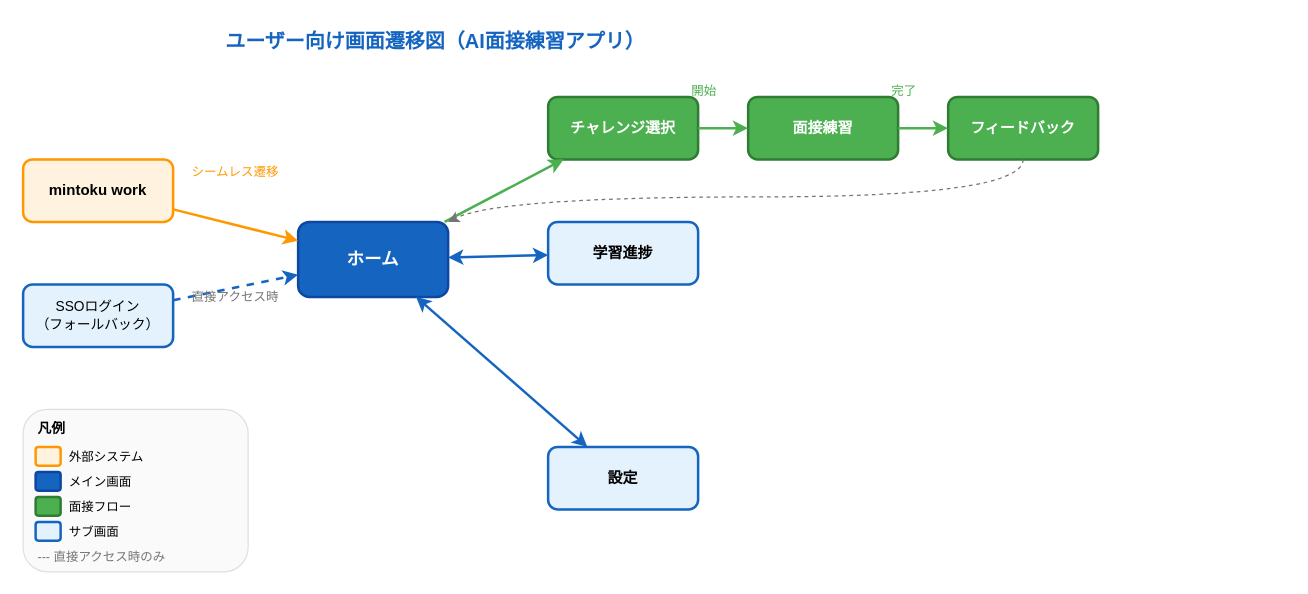
Above: docs/images/画面遷移図_ユーザー向け.drawio in yoshidasendai115/ai-interview (draw.io), before the change. Source tidied: cells renumbered, new cells numbered last; positions are measured from the earlier drawing's top-left corner, leaving out a move shared by most shapes. Both pictures are drawn from the tidied source at 125%, with x=0, y=0 at pixel (22, 21).
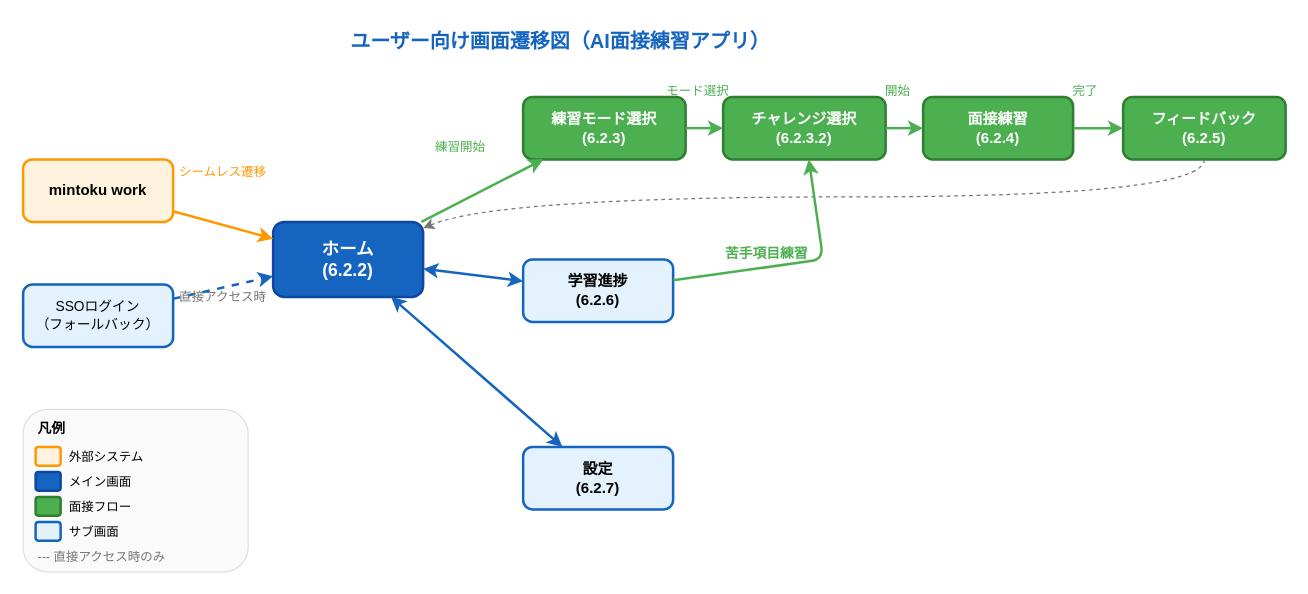
Above is the later version.

The edit, as a diff of the source:
```diff
@@
     <mxCell id="2" value="ユーザー向け画面遷移図（AI面接練習アプリ）" style="text;html=1;strokeColor=none;fillColor=none;align=center;verticalAlign=middle;whiteSpace=wrap;rounded=0;fontSize=16;fontStyle=1;fontColor=#1565C0;" parent="1" vertex="1">
-      <mxGeometry x="130" width="400" height="30" as="geometry" />
+      <mxGeometry x="230" width="400" height="30" as="geometry" />
     </mxCell>
@@
-    <mxCell id="5" value="ホーム" style="rounded=1;whiteSpace=wrap;html=1;fillColor=#1565C0;strokeColor=#0D47A1;strokeWidth=2;fontColor=#FFFFFF;fontSize=14;fontStyle=1;" parent="1" vertex="1">
-      <mxGeometry x="220" y="160" width="120" height="60" as="geometry" />
+    <mxCell id="5" value="ホーム&#10;(6.2.2)" style="rounded=1;whiteSpace=wrap;html=1;fillColor=#1565C0;strokeColor=#0D47A1;strokeWidth=2;fontColor=#FFFFFF;fontSize=14;fontStyle=1;" parent="1" vertex="1">
+      <mxGeometry x="200" y="160" width="120" height="60" as="geometry" />
     </mxCell>
+    <mxCell id="34" value="練習モード選択&#10;(6.2.3)" style="rounded=1;whiteSpace=wrap;html=1;fillColor=#4CAF50;strokeColor=#2E7D32;strokeWidth=2;fontColor=#FFFFFF;fontSize=12;fontStyle=1;" parent="1" vertex="1">
+      <mxGeometry x="400" y="60" width="130" height="50" as="geometry" />
+    </mxCell>
-    <mxCell id="6" value="チャレンジ選択" style="rounded=1;whiteSpace=wrap;html=1;fillColor=#4CAF50;strokeColor=#2E7D32;strokeWidth=2;fontColor=#FFFFFF;fontSize=12;fontStyle=1;" parent="1" vertex="1">
-      <mxGeometry x="420" y="60" width="120" height="50" as="geometry" />
+    <mxCell id="6" value="チャレンジ選択&#10;(6.2.3.2)" style="rounded=1;whiteSpace=wrap;html=1;fillColor=#4CAF50;strokeColor=#2E7D32;strokeWidth=2;fontColor=#FFFFFF;fontSize=12;fontStyle=1;" parent="1" vertex="1">
+      <mxGeometry x="560" y="60" width="130" height="50" as="geometry" />
     </mxCell>
-    <mxCell id="7" value="面接練習" style="rounded=1;whiteSpace=wrap;html=1;fillColor=#4CAF50;strokeColor=#2E7D32;strokeWidth=2;fontColor=#FFFFFF;fontSize=12;fontStyle=1;" parent="1" vertex="1">
-      <mxGeometry x="580" y="60" width="120" height="50" as="geometry" />
+    <mxCell id="7" value="面接練習&#10;(6.2.4)" style="rounded=1;whiteSpace=wrap;html=1;fillColor=#4CAF50;strokeColor=#2E7D32;strokeWidth=2;fontColor=#FFFFFF;fontSize=12;fontStyle=1;" parent="1" vertex="1">
+      <mxGeometry x="720" y="60" width="120" height="50" as="geometry" />
     </mxCell>
-    <mxCell id="8" value="フィードバック" style="rounded=1;whiteSpace=wrap;html=1;fillColor=#4CAF50;strokeColor=#2E7D32;strokeWidth=2;fontColor=#FFFFFF;fontSize=12;fontStyle=1;" parent="1" vertex="1">
-      <mxGeometry x="740" y="60" width="120" height="50" as="geometry" />
+    <mxCell id="8" value="フィードバック&#10;(6.2.5)" style="rounded=1;whiteSpace=wrap;html=1;fillColor=#4CAF50;strokeColor=#2E7D32;strokeWidth=2;fontColor=#FFFFFF;fontSize=12;fontStyle=1;" parent="1" vertex="1">
+      <mxGeometry x="880" y="60" width="130" height="50" as="geometry" />
     </mxCell>
-    <mxCell id="9" value="学習進捗" style="rounded=1;whiteSpace=wrap;html=1;fillColor=#E3F2FD;strokeColor=#1565C0;strokeWidth=2;fontSize=12;fontStyle=1;" parent="1" vertex="1">
-      <mxGeometry x="420" y="160" width="120" height="50" as="geometry" />
+    <mxCell id="9" value="学習進捗&#10;(6.2.6)" style="rounded=1;whiteSpace=wrap;html=1;fillColor=#E3F2FD;strokeColor=#1565C0;strokeWidth=2;fontSize=12;fontStyle=1;" parent="1" vertex="1">
+      <mxGeometry x="400" y="190" width="120" height="50" as="geometry" />
     </mxCell>
-    <mxCell id="10" value="設定" style="rounded=1;whiteSpace=wrap;html=1;fillColor=#E3F2FD;strokeColor=#1565C0;strokeWidth=2;fontSize=12;fontStyle=1;" parent="1" vertex="1">
-      <mxGeometry x="420" y="340" width="120" height="50" as="geometry" />
+    <mxCell id="10" value="設定&#10;(6.2.7)" style="rounded=1;whiteSpace=wrap;html=1;fillColor=#E3F2FD;strokeColor=#1565C0;strokeWidth=2;fontSize=12;fontStyle=1;" parent="1" vertex="1">
+      <mxGeometry x="400" y="340" width="120" height="50" as="geometry" />
     </mxCell>
@@
     <mxCell id="12" value="シームレス遷移" style="text;html=1;strokeColor=none;fillColor=none;align=center;verticalAlign=middle;whiteSpace=wrap;rounded=0;fontSize=10;fontColor=#FF9800;" parent="1" vertex="1">
-      <mxGeometry x="130" y="110" width="80" height="20" as="geometry" />
+      <mxGeometry x="120" y="110" width="80" height="20" as="geometry" />
     </mxCell>
@@
     <mxCell id="14" value="直接アクセス時" style="text;html=1;strokeColor=none;fillColor=none;align=center;verticalAlign=middle;whiteSpace=wrap;rounded=0;fontSize=10;fontColor=#757575;" parent="1" vertex="1">
-      <mxGeometry x="130" y="210" width="80" height="20" as="geometry" />
+      <mxGeometry x="120" y="210" width="80" height="20" as="geometry" />
     </mxCell>
-    <mxCell id="15" style="endArrow=classic;html=1;strokeColor=#4CAF50;strokeWidth=2;" parent="1" edge="1" source="5" target="6">
+    <mxCell id="15" style="endArrow=classic;html=1;strokeColor=#4CAF50;strokeWidth=2;" parent="1" edge="1" source="5" target="34">
       <mxGeometry relative="1" as="geometry" />
     </mxCell>
+    <mxCell id="35" value="練習開始" style="text;html=1;strokeColor=none;fillColor=none;align=center;verticalAlign=middle;whiteSpace=wrap;rounded=0;fontSize=10;fontColor=#4CAF50;" parent="1" vertex="1">
+      <mxGeometry x="320" y="90" width="60" height="20" as="geometry" />
+    </mxCell>
+    <mxCell id="36" style="endArrow=classic;html=1;strokeColor=#4CAF50;strokeWidth=2;" parent="1" edge="1" source="34" target="6">
+      <mxGeometry relative="1" as="geometry" />
+    </mxCell>
+    <mxCell id="37" value="モード選択" style="text;html=1;strokeColor=none;fillColor=none;align=center;verticalAlign=middle;whiteSpace=wrap;rounded=0;fontSize=10;fontColor=#4CAF50;" parent="1" vertex="1">
+      <mxGeometry x="510" y="45" width="60" height="20" as="geometry" />
+    </mxCell>
@@
     <mxCell id="17" value="開始" style="text;html=1;strokeColor=none;fillColor=none;align=center;verticalAlign=middle;whiteSpace=wrap;rounded=0;fontSize=10;fontColor=#4CAF50;" parent="1" vertex="1">
-      <mxGeometry x="525" y="45" width="40" height="20" as="geometry" />
+      <mxGeometry x="680" y="45" width="40" height="20" as="geometry" />
     </mxCell>
@@
     <mxCell id="19" value="完了" style="text;html=1;strokeColor=none;fillColor=none;align=center;verticalAlign=middle;whiteSpace=wrap;rounded=0;fontSize=10;fontColor=#4CAF50;" parent="1" vertex="1">
-      <mxGeometry x="685" y="45" width="40" height="20" as="geometry" />
+      <mxGeometry x="830" y="45" width="40" height="20" as="geometry" />
     </mxCell>
     <mxCell id="20" style="endArrow=classic;html=1;strokeColor=#757575;strokeWidth=1;dashed=1;curved=1;" parent="1" edge="1" source="8" target="5">
       <mxGeometry relative="1" as="geometry">
         <Array as="points">
-          <mxPoint x="800" y="140" />
+          <mxPoint x="945" y="140" />
           <mxPoint x="380" y="140" />
         </Array>
       </mxGeometry>
     </mxCell>
+    <mxCell id="38" style="endArrow=classic;html=1;strokeColor=#4CAF50;strokeWidth=2;" parent="1" edge="1" source="9" target="6">
+      <mxGeometry relative="1" as="geometry">
+        <Array as="points">
+          <mxPoint x="640" y="190" />
+        </Array>
+      </mxGeometry>
+    </mxCell>
+    <mxCell id="39" value="苦手項目練習" style="text;html=1;strokeColor=none;fillColor=none;align=center;verticalAlign=middle;whiteSpace=wrap;rounded=0;fontSize=11;fontStyle=1;fontColor=#4CAF50;" parent="1" vertex="1">
+      <mxGeometry x="550" y="175" width="90" height="20" as="geometry" />
+    </mxCell>
```
